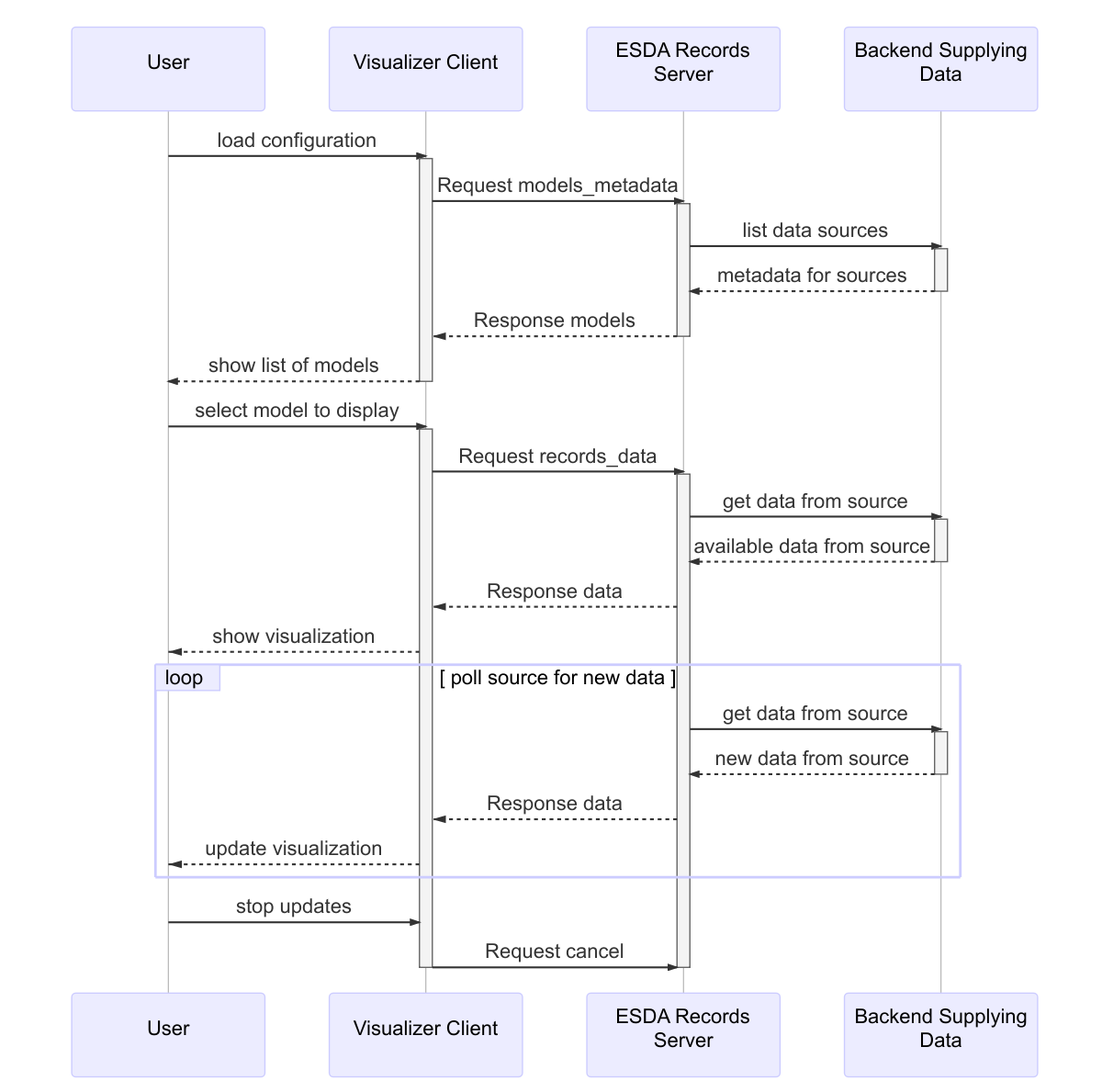
Before: dynamic-data-rpc.mermaid.png, a diagram exported from Mermaid (NREL/AESD). Its source is kept beside it as dynamic-data-rpc.mermaid.
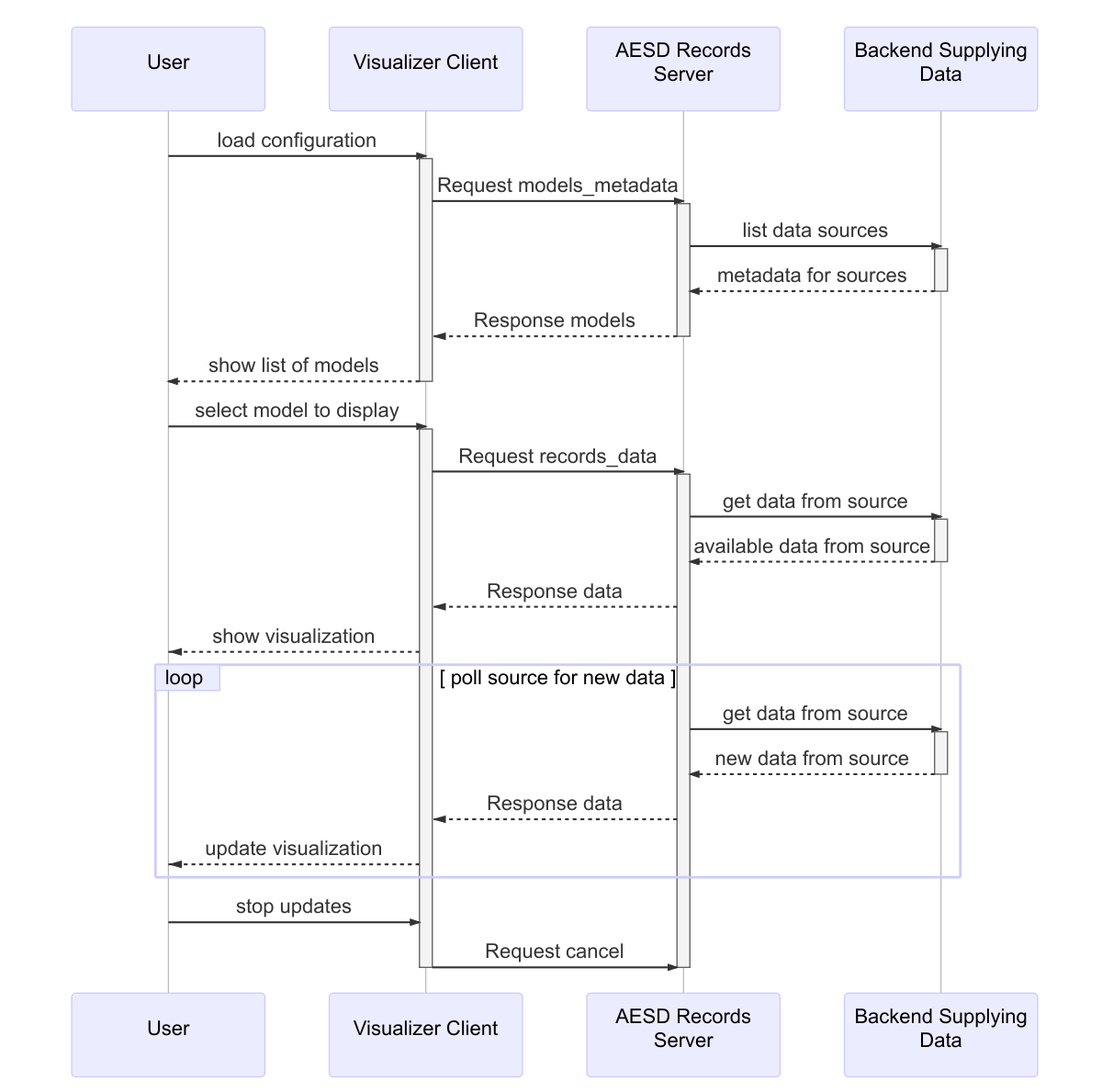
After the commit.

Change to the diagram source:
```diff
@@ -2,43 +2,43 @@
 
 participant User
 participant Visualizer Client
-participant ESDA Records Server
+participant AESD Records Server
 participant Backend Supplying Data
 
 User ->> Visualizer Client: load configuration
 activate Visualizer Client
-Visualizer Client ->> ESDA Records Server: Request models_metadata
-activate ESDA Records Server
-ESDA Records Server ->> Backend Supplying Data: list data sources
+Visualizer Client ->> AESD Records Server: Request models_metadata
+activate AESD Records Server
+AESD Records Server ->> Backend Supplying Data: list data sources
 activate Backend Supplying Data
-Backend Supplying Data -->> ESDA Records Server: metadata for sources
+Backend Supplying Data -->> AESD Records Server: metadata for sources
 deactivate Backend Supplying Data
-ESDA Records Server --x Visualizer Client: Response models
-deactivate ESDA Records Server
+AESD Records Server --x Visualizer Client: Response models
+deactivate AESD Records Server
 Visualizer Client -->> User: show list of models
 deactivate Visualizer Client
 
 User ->> Visualizer Client: select model to display
 activate Visualizer Client
-Visualizer Client ->> ESDA Records Server: Request records_data
-activate ESDA Records Server
-ESDA Records Server ->> Backend Supplying Data: get data from source
+Visualizer Client ->> AESD Records Server: Request records_data
+activate AESD Records Server
+AESD Records Server ->> Backend Supplying Data: get data from source
 activate Backend Supplying Data
-Backend Supplying Data -->> ESDA Records Server: available data from source
+Backend Supplying Data -->> AESD Records Server: available data from source
 deactivate Backend Supplying Data
-ESDA Records Server --x Visualizer Client: Response data
+AESD Records Server --x Visualizer Client: Response data
 Visualizer Client --x User: show visualization
 
 loop poll source for new data
-  ESDA Records Server ->> Backend Supplying Data: get data from source
+  AESD Records Server ->> Backend Supplying Data: get data from source
   activate Backend Supplying Data
-  Backend Supplying Data -->> ESDA Records Server: new data from source
+  Backend Supplying Data -->> AESD Records Server: new data from source
   deactivate Backend Supplying Data
-  ESDA Records Server --x Visualizer Client: Response data
+  AESD Records Server --x Visualizer Client: Response data
   Visualizer Client --x User: update visualization
 end
 
 User ->> Visualizer Client: stop updates
-Visualizer Client ->> ESDA Records Server: Request cancel
-deactivate ESDA Records Server
+Visualizer Client ->> AESD Records Server: Request cancel
+deactivate AESD Records Server
 deactivate Visualizer Client
```
